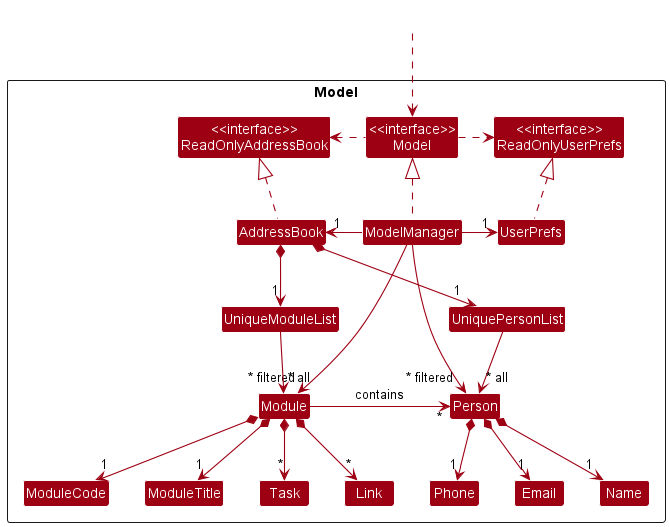
Earlier version of the PlantUML export docs/images/ModelClassDiagram.png (nus-cs2103-AY2223S1/tp).
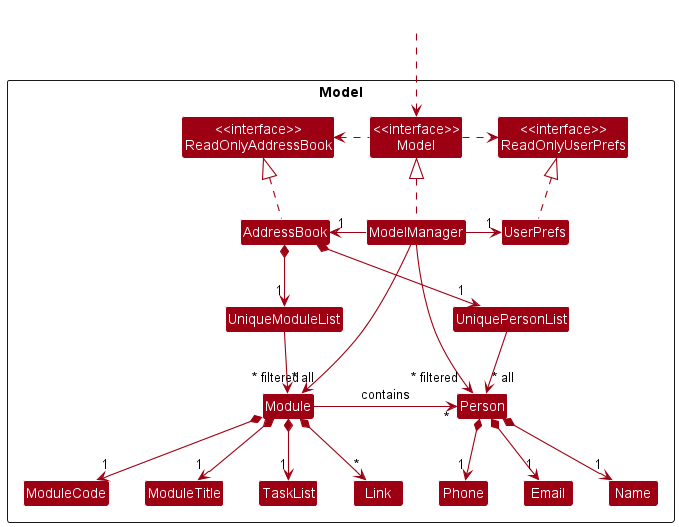
After the commit.

Change to the diagram source:
```diff
@@ -22,7 +22,7 @@
 Class Module
 Class ModuleCode
 Class ModuleTitle
-Class Task
+Class TaskList
 Class Link
 
 }
@@ -55,7 +55,7 @@
 
 Module *--> "1" ModuleCode
 Module *--> "1" ModuleTitle
-Module *--> "*" Task
+Module *--> "1" TaskList
 Module *--> "*" Link
 
 UniquePersonList -[hidden]up-> ModelManager
```
